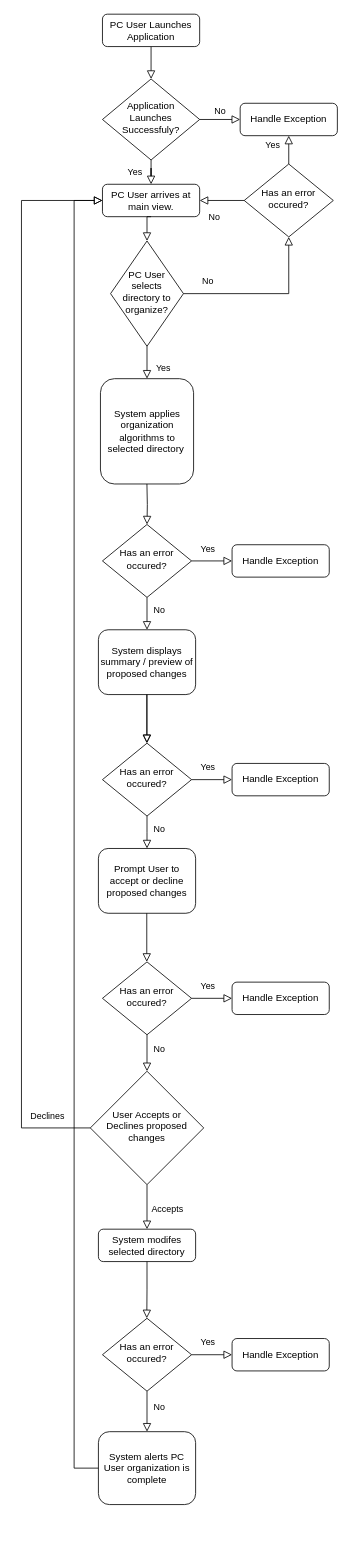
Before: Initial Research Sprint/SystemFlowchartDiagram.drawio in Logangosha/FolderOrganizingTool, a draw.io diagram. Source tidied: cells renumbered, new cells numbered last; positions are measured from the earlier drawing's top-left corner, leaving out a move shared by most shapes. Both pictures are drawn from the tidied source at 81%, with x=0, y=0 at pixel (21, 14).
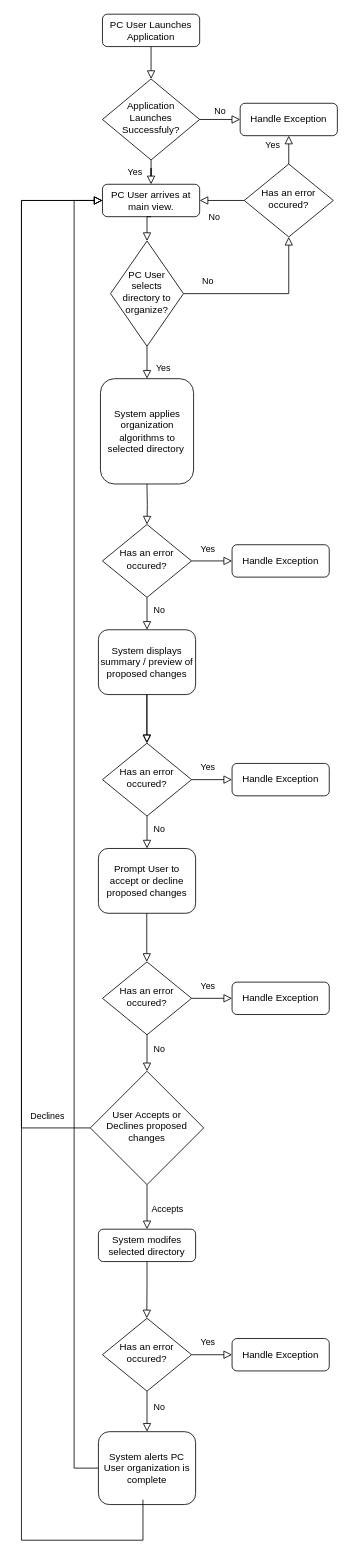
After the change.

The edit, as a diff of the source:
```diff
@@
+    <mxCell id="46" style="rounded=0;html=1;jettySize=auto;orthogonalLoop=1;fontSize=11;endArrow=block;endFill=0;endSize=8;strokeWidth=1;shadow=0;labelBackgroundColor=none;edgeStyle=orthogonalEdgeStyle;exitX=0.5;exitY=1;exitDx=0;exitDy=0;" parent="1" edge="1">
+      <mxGeometry x="0.33" y="20" relative="1" as="geometry">
+        <mxPoint x="150" y="1834" as="sourcePoint" />
+        <mxPoint x="100" y="230" as="targetPoint" />
+        <Array as="points">
+          <mxPoint x="150" y="1884" />
+          <mxPoint y="1884" />
+        </Array>
+      </mxGeometry>
+    </mxCell>
```
